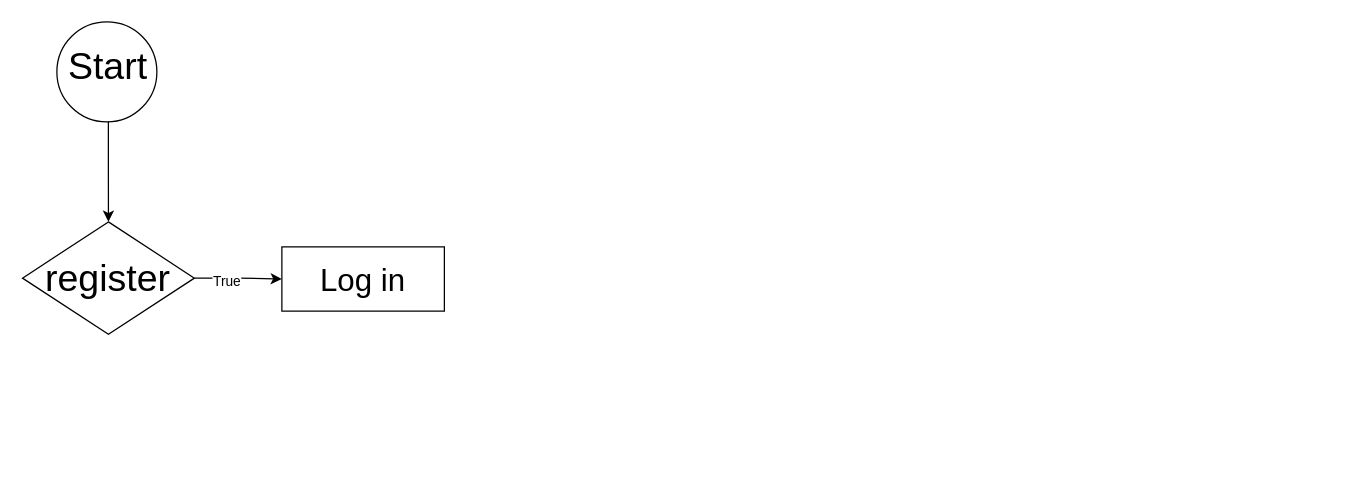
wachirawut04/Doc keeps this draw.io diagram as Untitled Diagram.drawio. Above is the earlier version. Source tidied: cells renumbered, new cells numbered last; positions are measured from the earlier drawing's top-left corner, leaving out a move shared by most shapes. Both pictures are drawn from the tidied source at 125%, with x=0, y=0 at pixel (21, 21).
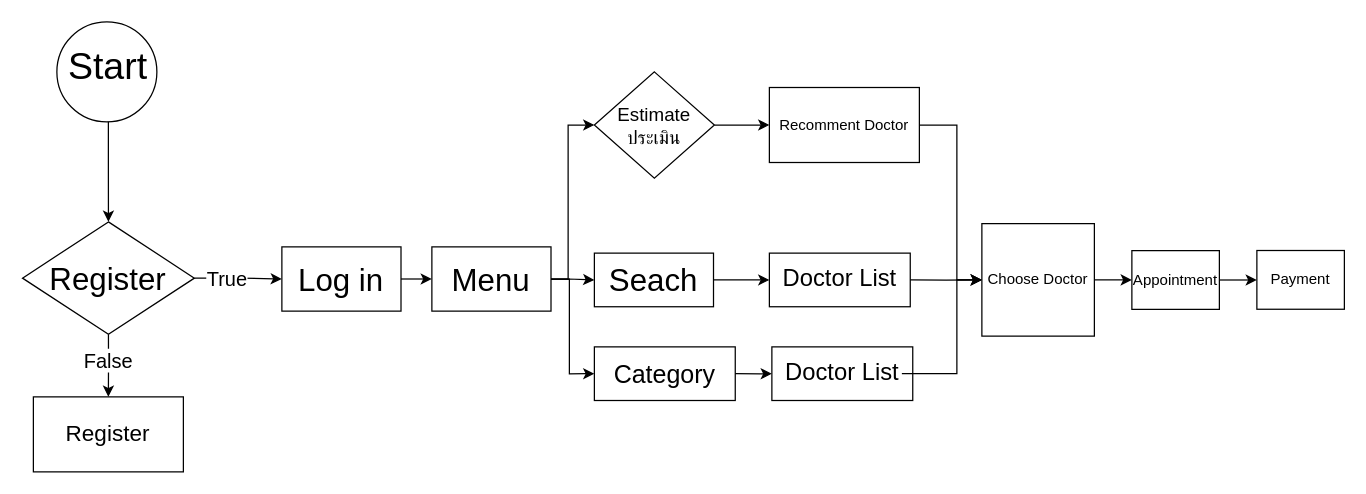
The same diagram, later.

The change refers to these unchanged cells:
```xml
<mxCell id="5" style="group;" parent="1" vertex="1">
  <mxGeometry x="0.5" y="160" width="137.5" height="90" as="geometry" />
</mxCell>
<mxCell id="6" style="rhombus;whiteSpace=wrap;html=1;" parent="5" vertex="1">
  <mxGeometry width="137.5" height="90" as="geometry" />
</mxCell>
<mxCell id="8" style="edgeStyle=orthogonalEdgeStyle;rounded=0;jettySize=auto;html=1;exitX=1;exitY=0.5;exitDx=0;exitDy=0;entryX=0;entryY=0.5;entryDx=0;entryDy=0;" parent="1" edge="1" source="6" target="11">
  <mxGeometry relative="1" as="geometry" />
</mxCell>
```

Diff of the diagram source:
```diff
@@
+    <mxCell id="13" style="edgeStyle=orthogonalEdgeStyle;rounded=0;jettySize=auto;html=1;entryX=0;entryY=0.5;entryDx=0;entryDy=0;" parent="1" edge="1" source="28" target="23">
+      <mxGeometry relative="1" as="geometry" />
+    </mxCell>
@@
-    <mxCell id="7" value="&lt;font style=&quot;font-size: 30px;&quot;&gt;register&lt;/font&gt;" style="text;html=1;strokeColor=none;fillColor=none;align=center;verticalAlign=middle;whiteSpace=wrap;rounded=0;" parent="5" vertex="1">
+    <mxCell id="7" value="&lt;font style=&quot;font-size: 25px;&quot;&gt;Register&lt;/font&gt;" style="text;html=1;strokeColor=none;fillColor=none;align=center;verticalAlign=middle;whiteSpace=wrap;rounded=0;" parent="5" vertex="1">
       <mxGeometry x="12.7" y="22.5" width="112" height="45" as="geometry" />
     </mxCell>
@@
-    <mxCell id="9" value="True" style="edgeLabel;html=1;align=center;verticalAlign=middle;" parent="8" vertex="1">
-      <mxGeometry x="-0.3" y="-2" relative="1" as="geometry" />
+    <mxCell id="9" value="&lt;font style=&quot;font-size: 16px;&quot;&gt;True&lt;/font&gt;" style="edgeLabel;html=1;align=center;verticalAlign=middle;" parent="8" vertex="1">
+      <mxGeometry x="-0.3" y="-2" relative="1" as="geometry">
+        <mxPoint y="-2" as="offset" />
+      </mxGeometry>
     </mxCell>
     <mxCell id="10" style="group;" parent="1" vertex="1">
-      <mxGeometry x="208" y="180" width="150" height="60" as="geometry" />
+      <mxGeometry x="208" y="180" width="110" height="60" as="geometry" />
     </mxCell>
     <mxCell id="11" style="rounded=0;whiteSpace=wrap;html=1;" parent="10" vertex="1">
-      <mxGeometry width="130" height="51.4" as="geometry" />
+      <mxGeometry width="95.3" height="51.4" as="geometry" />
     </mxCell>
     <mxCell id="12" value="&lt;font style=&quot;font-size: 25px;&quot;&gt;Log in&lt;/font&gt;" style="text;html=1;strokeColor=none;fillColor=none;align=center;verticalAlign=middle;whiteSpace=wrap;rounded=0;" parent="10" vertex="1">
-      <mxGeometry x="10" y="-4.3" width="110" height="60" as="geometry" />
+      <mxGeometry x="7.3" y="-4.3" width="80.7" height="60" as="geometry" />
     </mxCell>
+    <mxCell id="14" value="&lt;font style=&quot;font-size: 18px;&quot;&gt;Register&lt;/font&gt;" style="rounded=0;whiteSpace=wrap;html=1;" parent="1" vertex="1">
+      <mxGeometry x="9.2" y="300" width="120" height="60" as="geometry" />
+    </mxCell>
+    <mxCell id="15" style="edgeStyle=orthogonalEdgeStyle;rounded=0;jettySize=auto;html=1;exitX=0.5;exitY=1;exitDx=0;exitDy=0;entryX=0.5;entryY=0;entryDx=0;entryDy=0;" parent="1" edge="1" source="6" target="14">
+      <mxGeometry relative="1" as="geometry" />
+    </mxCell>
+    <mxCell id="16" value="&lt;font style=&quot;font-size: 16px;&quot;&gt;False&lt;br&gt;&lt;/font&gt;" style="edgeLabel;html=1;align=center;verticalAlign=middle;" parent="1" vertex="1">
+      <mxGeometry x="68" y="270" as="geometry" />
+    </mxCell>
+    <mxCell id="17" style="edgeStyle=orthogonalEdgeStyle;rounded=0;jettySize=auto;html=1;exitX=1;exitY=0.5;exitDx=0;exitDy=0;entryX=0;entryY=0.5;entryDx=0;entryDy=0;" parent="1" edge="1" source="18" target="20">
+      <mxGeometry relative="1" as="geometry" />
+    </mxCell>
+    <mxCell id="18" value="&lt;font style=&quot;font-size: 15px;&quot;&gt;Estimate&lt;br&gt;ประเมิน&lt;br&gt;&lt;/font&gt;" style="rhombus;whiteSpace=wrap;html=1;" parent="1" vertex="1">
+      <mxGeometry x="458" y="40" width="96" height="85" as="geometry" />
+    </mxCell>
+    <mxCell id="19" style="edgeStyle=orthogonalEdgeStyle;rounded=0;jettySize=auto;html=1;exitX=1;exitY=0.5;exitDx=0;exitDy=0;entryX=0;entryY=0.5;entryDx=0;entryDy=0;" parent="1" edge="1" source="20" target="41">
+      <mxGeometry relative="1" as="geometry">
+        <Array as="points">
+          <mxPoint x="748" y="83" />
+          <mxPoint x="748" y="206" />
+        </Array>
+      </mxGeometry>
+    </mxCell>
+    <mxCell id="20" value="Recomment Doctor" style="rounded=0;whiteSpace=wrap;html=1;" parent="1" vertex="1">
+      <mxGeometry x="598" y="52.5" width="120" height="60" as="geometry" />
+    </mxCell>
+    <mxCell id="21" style="edgeStyle=orthogonalEdgeStyle;rounded=0;jettySize=auto;html=1;exitX=1;exitY=0.5;exitDx=0;exitDy=0;entryX=0;entryY=0.5;entryDx=0;entryDy=0;" parent="1" edge="1" source="11" target="27">
+      <mxGeometry relative="1" as="geometry" />
+    </mxCell>
+    <mxCell id="22" style="group;" parent="1" vertex="1">
+      <mxGeometry x="458" y="185" width="110" height="50" as="geometry" />
+    </mxCell>
+    <mxCell id="23" style="rounded=0;whiteSpace=wrap;html=1;" parent="22" vertex="1">
+      <mxGeometry width="95.3" height="42.9" as="geometry" />
+    </mxCell>
+    <mxCell id="24" value="&lt;span style=&quot;font-size: 25px;&quot;&gt;Seach&lt;/span&gt;" style="text;html=1;strokeColor=none;fillColor=none;align=center;verticalAlign=middle;whiteSpace=wrap;rounded=0;" parent="22" vertex="1">
+      <mxGeometry x="7.3" y="-3.6" width="80.7" height="50" as="geometry" />
+    </mxCell>
+    <mxCell id="25" style="edgeStyle=orthogonalEdgeStyle;rounded=0;jettySize=auto;html=1;entryX=0;entryY=0.5;entryDx=0;entryDy=0;" parent="1" edge="1" source="28" target="18">
+      <mxGeometry relative="1" as="geometry" />
+    </mxCell>
+    <mxCell id="26" style="group;" parent="1" vertex="1">
+      <mxGeometry x="328" y="180" width="110" height="60" as="geometry" />
+    </mxCell>
+    <mxCell id="27" style="rounded=0;whiteSpace=wrap;html=1;" parent="26" vertex="1">
+      <mxGeometry width="95.3" height="51.4" as="geometry" />
+    </mxCell>
+    <mxCell id="28" value="&lt;span style=&quot;font-size: 25px;&quot;&gt;Menu&lt;/span&gt;" style="text;html=1;strokeColor=none;fillColor=none;align=center;verticalAlign=middle;whiteSpace=wrap;rounded=0;" parent="26" vertex="1">
+      <mxGeometry x="7.3" y="-4.3" width="80.7" height="60" as="geometry" />
+    </mxCell>
+    <mxCell id="29" style="group;" parent="1" vertex="1">
+      <mxGeometry x="598" y="185" width="130" height="50" as="geometry" />
+    </mxCell>
+    <mxCell id="30" style="rounded=0;whiteSpace=wrap;html=1;" parent="29" vertex="1">
+      <mxGeometry width="112.7" height="42.9" as="geometry" />
+    </mxCell>
+    <mxCell id="31" value="&lt;font style=&quot;font-size: 19px;&quot;&gt;Doctor List&lt;/font&gt;" style="text;html=1;strokeColor=none;fillColor=none;align=center;verticalAlign=middle;whiteSpace=wrap;rounded=0;" parent="29" vertex="1">
+      <mxGeometry x="8.7" y="-3.6" width="95.3" height="50" as="geometry" />
+    </mxCell>
+    <mxCell id="32" style="group;" parent="1" vertex="1">
+      <mxGeometry x="458" y="260" width="130" height="50" as="geometry" />
+    </mxCell>
+    <mxCell id="33" value="&lt;font style=&quot;font-size: 20px;&quot;&gt;Category&lt;/font&gt;" style="rounded=0;whiteSpace=wrap;html=1;" parent="32" vertex="1">
+      <mxGeometry width="112.7" height="42.9" as="geometry" />
+    </mxCell>
+    <mxCell id="34" style="edgeStyle=orthogonalEdgeStyle;rounded=0;jettySize=auto;html=1;exitX=1;exitY=0.5;exitDx=0;exitDy=0;entryX=0;entryY=0.5;entryDx=0;entryDy=0;" parent="1" edge="1" source="27" target="33">
+      <mxGeometry relative="1" as="geometry">
+        <Array as="points">
+          <mxPoint x="438" y="206" />
+          <mxPoint x="438" y="281" />
+        </Array>
+      </mxGeometry>
+    </mxCell>
+    <mxCell id="35" style="group;" parent="1" vertex="1">
+      <mxGeometry x="600" y="260" width="130" height="50" as="geometry" />
+    </mxCell>
+    <mxCell id="36" style="rounded=0;whiteSpace=wrap;html=1;" parent="35" vertex="1">
+      <mxGeometry width="112.7" height="42.9" as="geometry" />
+    </mxCell>
+    <mxCell id="37" value="&lt;font style=&quot;font-size: 19px;&quot;&gt;Doctor List&lt;/font&gt;" style="text;html=1;strokeColor=none;fillColor=none;align=center;verticalAlign=middle;whiteSpace=wrap;rounded=0;" parent="35" vertex="1">
+      <mxGeometry x="8.7" y="-3.6" width="95.3" height="50" as="geometry" />
+    </mxCell>
+    <mxCell id="38" style="edgeStyle=orthogonalEdgeStyle;rounded=0;jettySize=auto;html=1;exitX=1;exitY=0.5;exitDx=0;exitDy=0;" parent="1" edge="1" source="33" target="36">
+      <mxGeometry relative="1" as="geometry" />
+    </mxCell>
+    <mxCell id="39" style="edgeStyle=orthogonalEdgeStyle;rounded=0;jettySize=auto;html=1;exitX=1;exitY=0.5;exitDx=0;exitDy=0;entryX=0;entryY=0.5;entryDx=0;entryDy=0;" parent="1" edge="1" source="23" target="30">
+      <mxGeometry relative="1" as="geometry" />
+    </mxCell>
+    <mxCell id="40" style="edgeStyle=orthogonalEdgeStyle;rounded=0;jettySize=auto;html=1;exitX=1;exitY=0.5;exitDx=0;exitDy=0;entryX=0;entryY=0.5;entryDx=0;entryDy=0;" parent="1" edge="1" source="41" target="45">
+      <mxGeometry relative="1" as="geometry" />
+    </mxCell>
+    <mxCell id="41" value="Choose Doctor" style="whiteSpace=wrap;html=1;" parent="1" vertex="1">
+      <mxGeometry x="768" y="161.4" width="90" height="90" as="geometry" />
+    </mxCell>
+    <mxCell id="42" style="edgeStyle=orthogonalEdgeStyle;rounded=0;jettySize=auto;html=1;exitX=1;exitY=0.5;exitDx=0;exitDy=0;entryX=0;entryY=0.5;entryDx=0;entryDy=0;" parent="1" edge="1" source="30" target="41">
+      <mxGeometry relative="1" as="geometry" />
+    </mxCell>
+    <mxCell id="43" style="edgeStyle=orthogonalEdgeStyle;rounded=0;jettySize=auto;html=1;entryX=0;entryY=0.5;entryDx=0;entryDy=0;" parent="1" edge="1" source="37" target="41">
+      <mxGeometry relative="1" as="geometry">
+        <Array as="points">
+          <mxPoint x="748" y="281" />
+          <mxPoint x="748" y="206" />
+        </Array>
+      </mxGeometry>
+    </mxCell>
+    <mxCell id="44" style="edgeStyle=orthogonalEdgeStyle;rounded=0;jettySize=auto;html=1;exitX=1;exitY=0.5;exitDx=0;exitDy=0;entryX=0;entryY=0.5;entryDx=0;entryDy=0;" parent="1" edge="1" source="45" target="46">
+      <mxGeometry relative="1" as="geometry" />
+    </mxCell>
+    <mxCell id="45" value="Appointment" style="rounded=0;whiteSpace=wrap;html=1;" parent="1" vertex="1">
+      <mxGeometry x="888" y="183" width="70" height="47" as="geometry" />
+    </mxCell>
+    <mxCell id="46" value="Payment" style="rounded=0;whiteSpace=wrap;html=1;" parent="1" vertex="1">
+      <mxGeometry x="988" y="182.9" width="70" height="47" as="geometry" />
+    </mxCell>
```
